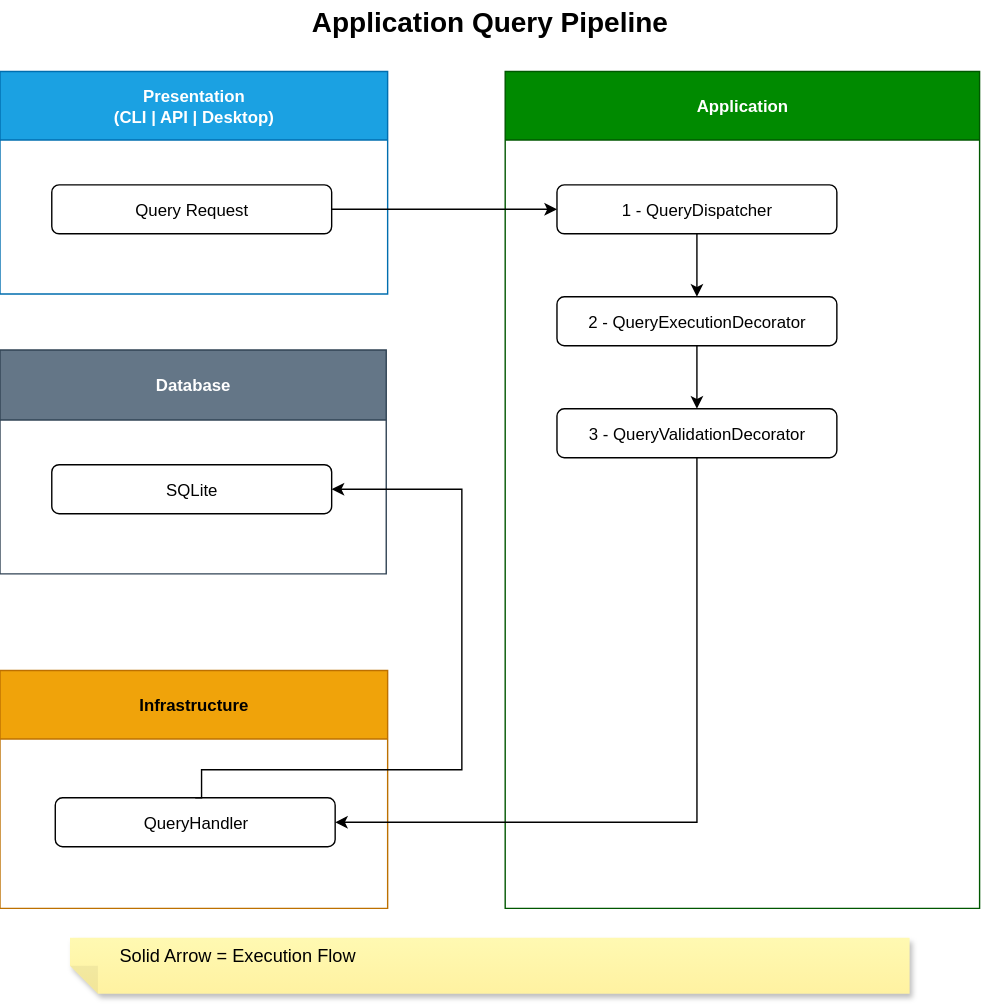
sergio-lopes-developer/whoami keeps this draw.io diagram as docs/application/application-query-pipeline.svg. Above is the earlier version. Source tidied: cells renumbered, new cells last; positions are measured from the earlier drawing's top-left corner, leaving out a move shared by most shapes.
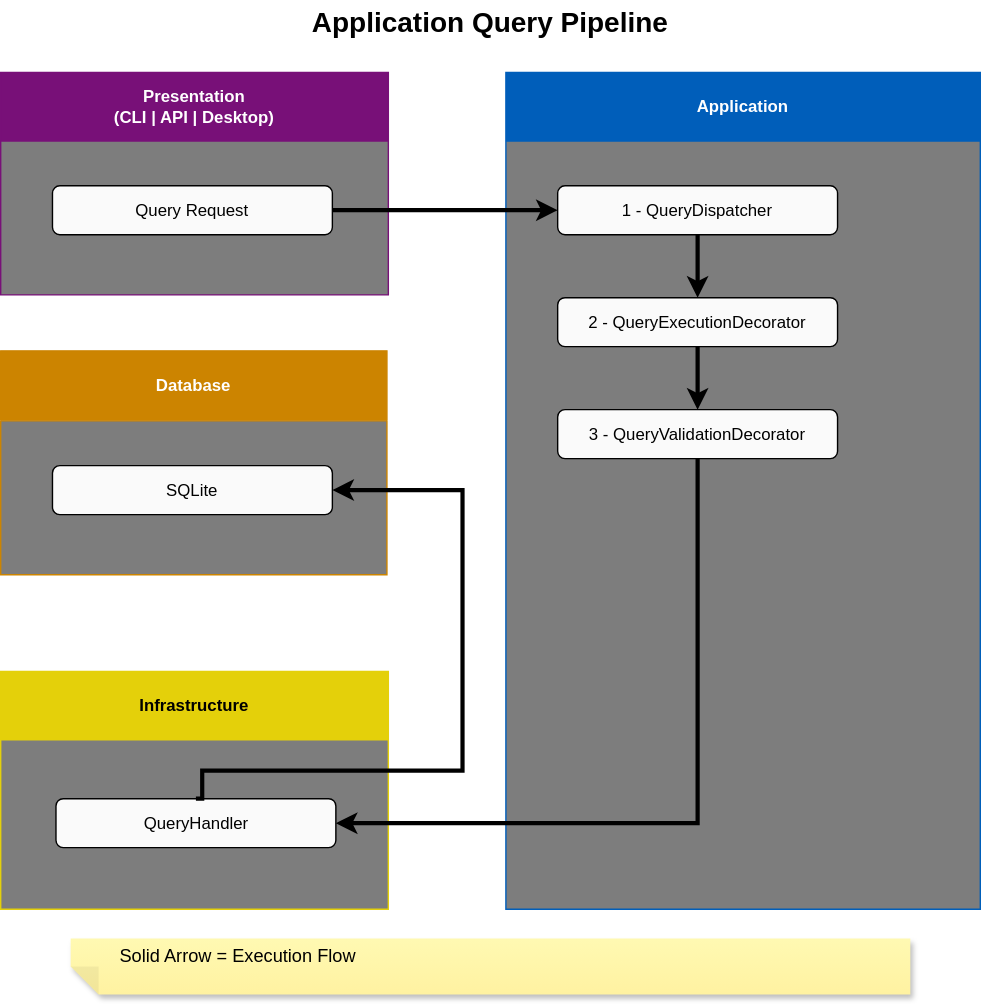
The same file after the commit.

Commit message:
docs: fix diagram colors for GitHub light and dark mode

The edit, as a diff of the source:
```diff
@@ -2,49 +2,49 @@
   <root>
     <mxCell id="0" />
     <mxCell id="1" parent="0" />
-    <mxCell id="2" value="Presentation&#10;(CLI | API | Desktop)" style="swimlane;whiteSpace=wrap;html=1;startSize=49;fillColor=#1ba1e2;strokeColor=#006EAF;fontColor=#ffffff;swimlaneFillColor=default;gradientColor=none;" parent="1" vertex="1">
+    <mxCell id="2" value="Presentation&#10;(CLI | API | Desktop)" style="swimlane;whiteSpace=wrap;html=1;startSize=49;fillColor=light-dark(#781078,#781078);strokeColor=light-dark(#781078,#781078);fontColor=light-dark(#FFFFFF,#FFFFFF);swimlaneFillColor=light-dark(#7D7D7D,#7D7D7D);gradientColor=none;fillStyle=solid;" parent="1" vertex="1">
       <mxGeometry y="51" width="277" height="159" as="geometry" />
     </mxCell>
-    <mxCell id="3" value="Query Request" style="rounded=1;whiteSpace=wrap;html=1;fillColor=none;" parent="2" vertex="1">
+    <mxCell id="3" value="Query Request" style="rounded=1;whiteSpace=wrap;html=1;fillColor=light-dark(#FAFAFA,#FAFAFA);fillStyle=solid;fontColor=light-dark(#000000,#000000);" parent="2" vertex="1">
       <mxGeometry x="37" y="81" width="200" height="35" as="geometry" />
     </mxCell>
-    <mxCell id="4" value="&lt;div&gt;Application&lt;/div&gt;" style="swimlane;whiteSpace=wrap;html=1;startSize=49;fillColor=#008a00;strokeColor=#005700;fontColor=#ffffff;swimlaneFillColor=default;gradientColor=none;" parent="1" vertex="1">
+    <mxCell id="4" value="&lt;div&gt;Application&lt;/div&gt;" style="swimlane;whiteSpace=wrap;html=1;startSize=49;fillColor=light-dark(#005EBA,#005EBA);strokeColor=light-dark(#005EBA,#005EBA);fontColor=light-dark(#FFFFFF,#FFFFFF);swimlaneFillColor=light-dark(#7D7D7D,#7D7D7D);gradientColor=none;fillStyle=solid;" parent="1" vertex="1">
       <mxGeometry x="361" y="51" width="339" height="598" as="geometry" />
     </mxCell>
-    <mxCell id="5" style="edgeStyle=orthogonalEdgeStyle;rounded=0;jettySize=auto;html=1;entryX=0.5;entryY=0;entryDx=0;entryDy=0;" parent="4" edge="1" source="6" target="8">
+    <mxCell id="5" style="edgeStyle=orthogonalEdgeStyle;rounded=0;jettySize=auto;html=1;entryX=0.5;entryY=0;entryDx=0;entryDy=0;strokeWidth=3;fontColor=light-dark(#000000,#FFFFFF);" parent="4" edge="1" source="6" target="8">
       <mxGeometry relative="1" as="geometry" />
     </mxCell>
-    <mxCell id="6" value="1 - QueryDispatcher" style="rounded=1;whiteSpace=wrap;html=1;fillColor=none;" parent="4" vertex="1">
+    <mxCell id="6" value="1 - QueryDispatcher" style="rounded=1;whiteSpace=wrap;html=1;fillColor=light-dark(#FAFAFA,#FAFAFA);fontColor=light-dark(#000000,#000000);fillStyle=solid;" parent="4" vertex="1">
       <mxGeometry x="37" y="81" width="200" height="35" as="geometry" />
     </mxCell>
-    <mxCell id="7" style="edgeStyle=orthogonalEdgeStyle;rounded=0;jettySize=auto;html=1;exitX=0.5;exitY=1;exitDx=0;exitDy=0;entryX=0.5;entryY=0;entryDx=0;entryDy=0;" parent="4" edge="1" source="8" target="9">
+    <mxCell id="7" style="edgeStyle=orthogonalEdgeStyle;rounded=0;jettySize=auto;html=1;exitX=0.5;exitY=1;exitDx=0;exitDy=0;entryX=0.5;entryY=0;entryDx=0;entryDy=0;strokeWidth=3;fontColor=light-dark(#000000,#FFFFFF);" parent="4" edge="1" source="8" target="9">
       <mxGeometry relative="1" as="geometry" />
     </mxCell>
-    <mxCell id="8" value="2 - QueryExecutionDecorator" style="rounded=1;whiteSpace=wrap;html=1;fillColor=none;" parent="4" vertex="1">
+    <mxCell id="8" value="2 - QueryExecutionDecorator" style="rounded=1;whiteSpace=wrap;html=1;fillColor=light-dark(#FAFAFA,#FAFAFA);fontColor=light-dark(#000000,#000000);fillStyle=solid;" parent="4" vertex="1">
       <mxGeometry x="37" y="161" width="200" height="35" as="geometry" />
     </mxCell>
-    <mxCell id="9" value="3 - QueryValidationDecorator" style="rounded=1;whiteSpace=wrap;html=1;fillColor=none;" parent="4" vertex="1">
+    <mxCell id="9" value="3 - QueryValidationDecorator" style="rounded=1;whiteSpace=wrap;html=1;fillColor=light-dark(#FAFAFA,#FAFAFA);fontColor=light-dark(#000000,#000000);fillStyle=solid;" parent="4" vertex="1">
       <mxGeometry x="37" y="241" width="200" height="35" as="geometry" />
     </mxCell>
-    <mxCell id="10" value="&lt;div&gt;Infrastructure&lt;/div&gt;" style="swimlane;whiteSpace=wrap;html=1;startSize=49;fillColor=#f0a30a;strokeColor=#BD7000;fontColor=#000000;swimlaneFillColor=default;" parent="1" vertex="1">
+    <mxCell id="10" value="&lt;div&gt;Infrastructure&lt;/div&gt;" style="swimlane;whiteSpace=wrap;html=1;startSize=49;fillColor=light-dark(#E4D00A,#E4D00A);strokeColor=light-dark(#E4D00A,#E4D00A);fontColor=light-dark(#000000,#000000);swimlaneFillColor=light-dark(#7D7D7D,#7D7D7D);fillStyle=solid;" parent="1" vertex="1">
       <mxGeometry y="479" width="277" height="170" as="geometry" />
     </mxCell>
-    <mxCell id="11" value="QueryHandler" style="rounded=1;whiteSpace=wrap;html=1;fillColor=none;" parent="10" vertex="1">
+    <mxCell id="11" value="QueryHandler" style="rounded=1;whiteSpace=wrap;html=1;fillColor=light-dark(#FAFAFA,#FAFAFA);fontColor=light-dark(#000000,#000000);fillStyle=solid;" parent="10" vertex="1">
       <mxGeometry x="39.5" y="91" width="200" height="35" as="geometry" />
     </mxCell>
-    <mxCell id="12" style="edgeStyle=orthogonalEdgeStyle;rounded=0;jettySize=auto;html=1;exitX=1;exitY=0.5;exitDx=0;exitDy=0;entryX=0;entryY=0.5;entryDx=0;entryDy=0;" parent="1" edge="1" source="3" target="6">
+    <mxCell id="12" style="edgeStyle=orthogonalEdgeStyle;rounded=0;jettySize=auto;html=1;exitX=1;exitY=0.5;exitDx=0;exitDy=0;entryX=0;entryY=0.5;entryDx=0;entryDy=0;strokeWidth=3;fontColor=light-dark(#000000,#FFFFFF);" parent="1" edge="1" source="3" target="6">
       <mxGeometry relative="1" as="geometry" />
     </mxCell>
-    <mxCell id="13" value="Application Query Pipeline" style="text;html=1;whiteSpace=wrap;strokeColor=none;fillColor=none;align=center;verticalAlign=middle;rounded=0;gradientColor=none;fontSize=20;fontStyle=1;" parent="1" vertex="1">
+    <mxCell id="13" value="Application Query Pipeline" style="text;html=1;whiteSpace=wrap;strokeColor=none;fillColor=none;align=center;verticalAlign=middle;rounded=0;gradientColor=none;fontSize=20;fontStyle=1;fontColor=light-dark(#000000,#FFFFFF);" parent="1" vertex="1">
       <mxGeometry width="700" height="30" as="geometry" />
     </mxCell>
-    <mxCell id="14" value="Database" style="swimlane;whiteSpace=wrap;html=1;fillColor=#647687;strokeColor=#314354;startSize=50;fontColor=#ffffff;swimlaneFillColor=default;gradientColor=none;" parent="1" vertex="1">
+    <mxCell id="14" value="Database" style="swimlane;whiteSpace=wrap;html=1;fillColor=light-dark(#CC8400,#CC8400);strokeColor=light-dark(#CC8400,#CC8400);startSize=50;fontColor=#ffffff;swimlaneFillColor=light-dark(#7D7D7D,#7D7D7D);gradientColor=none;fillStyle=solid;" parent="1" vertex="1">
       <mxGeometry y="250" width="276" height="160" as="geometry" />
     </mxCell>
-    <mxCell id="15" value="SQLite" style="rounded=1;whiteSpace=wrap;html=1;fillColor=none;" parent="14" vertex="1">
+    <mxCell id="15" value="SQLite" style="rounded=1;whiteSpace=wrap;html=1;fillColor=light-dark(#FAFAFA,#FAFAFA);fontColor=light-dark(#000000,#000000);fillStyle=solid;" parent="14" vertex="1">
       <mxGeometry x="37" y="82" width="200" height="35" as="geometry" />
     </mxCell>
-    <mxCell id="16" style="edgeStyle=orthogonalEdgeStyle;rounded=0;jettySize=auto;html=1;exitX=0.5;exitY=0;exitDx=0;exitDy=0;entryX=1;entryY=0.5;entryDx=0;entryDy=0;" parent="1" edge="1" source="11" target="15">
+    <mxCell id="16" style="edgeStyle=orthogonalEdgeStyle;rounded=0;jettySize=auto;html=1;exitX=0.5;exitY=0;exitDx=0;exitDy=0;entryX=1;entryY=0.5;entryDx=0;entryDy=0;strokeWidth=3;fontColor=light-dark(#000000,#FFFFFF);" parent="1" edge="1" source="11" target="15">
       <mxGeometry relative="1" as="geometry">
         <Array as="points">
           <mxPoint x="144" y="550" />
@@ -56,7 +56,7 @@
     <mxCell id="17" value="&lt;div style=&quot;&quot;&gt;&lt;span style=&quot;color: rgb(255, 255, 255); font-size: 12px; background-color: transparent;&quot;&gt;&amp;nbsp; &amp;nbsp; &amp;nbsp; &amp;nbsp; &amp;nbsp;&lt;/span&gt;&lt;span style=&quot;color: rgb(255, 255, 255); font-size: 12px; background-color: transparent;&quot;&gt;&amp;nbsp;&lt;/span&gt;&lt;span style=&quot;background-color: transparent; color: light-dark(rgb(0, 0, 0), rgb(237, 237, 237));&quot;&gt;Solid Arrow = Execution Flow&lt;/span&gt;&lt;/div&gt;&lt;div style=&quot;&quot;&gt;&lt;br&gt;&lt;/div&gt;" style="shape=note;whiteSpace=wrap;html=1;backgroundOutline=1;autosizeText=1;fontColor=#000000;darkOpacity=0.05;fillColor=#FFF9B2;strokeColor=none;fillStyle=solid;fontSize=13;direction=west;gradientDirection=north;gradientColor=#FFF2A1;shadow=1;size=20;align=left;" parent="1" vertex="1">
       <mxGeometry x="50" y="670" width="600" height="40" as="geometry" />
     </mxCell>
-    <mxCell id="18" style="edgeStyle=orthogonalEdgeStyle;rounded=0;jettySize=auto;html=1;exitX=0.5;exitY=1;exitDx=0;exitDy=0;entryX=1;entryY=0.5;entryDx=0;entryDy=0;" parent="1" edge="1" source="9" target="11">
+    <mxCell id="18" style="edgeStyle=orthogonalEdgeStyle;rounded=0;jettySize=auto;html=1;exitX=0.5;exitY=1;exitDx=0;exitDy=0;entryX=1;entryY=0.5;entryDx=0;entryDy=0;strokeWidth=3;fontColor=light-dark(#000000,#FFFFFF);" parent="1" edge="1" source="9" target="11">
       <mxGeometry relative="1" as="geometry" />
     </mxCell>
   </root>
```
